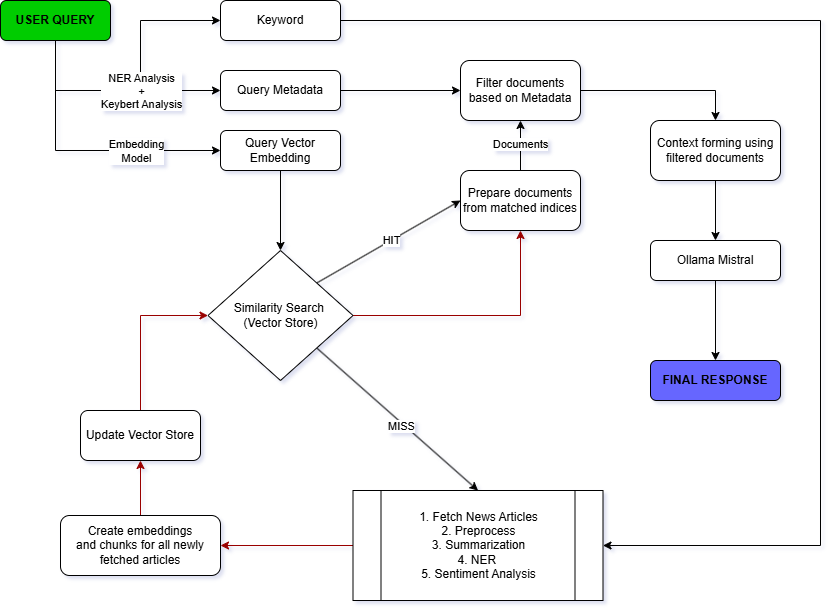
Above: assets/architecture.png in gaurav-S8/newspulse-rag (draw.io), before the change. Source tidied: cells renumbered, new cells last; positions are measured from the earlier drawing's top-left corner, leaving out a move shared by most shapes.
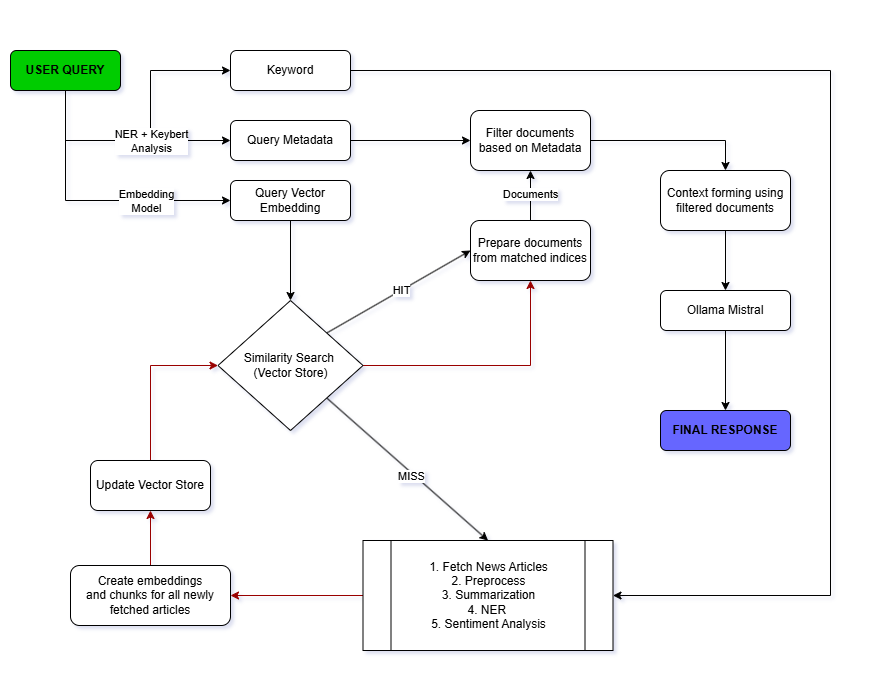
After the change.

Commit message:
New flow diagram

Diff of the diagram source:
```diff
@@ -2,6 +2,9 @@
   <root>
     <mxCell id="0" />
     <mxCell id="1" parent="0" />
+    <mxCell id="36" style="rounded=0;whiteSpace=wrap;html=1;fillColor=light-dark(#FFFFFF,#FFFFFF);opacity=0;strokeColor=light-dark(#000000,#000000);" parent="1" vertex="1">
+      <mxGeometry x="-10" y="-50" width="880" height="680" as="geometry" />
+    </mxCell>
     <mxCell id="2" style="edgeStyle=orthogonalEdgeStyle;rounded=0;jettySize=auto;html=1;exitX=0.5;exitY=1;exitDx=0;exitDy=0;fontColor=light-dark(#000000,#000000);strokeColor=light-dark(#000000,#000000);" parent="1" edge="1" source="7">
       <mxGeometry relative="1" as="geometry">
         <mxPoint x="220" y="20" as="targetPoint" />
@@ -19,7 +22,7 @@
         </Array>
       </mxGeometry>
     </mxCell>
-    <mxCell id="4" value="NER Analysis&lt;div&gt;+&lt;/div&gt;&lt;div&gt;Keybert Analysis&lt;/div&gt;" style="edgeLabel;html=1;align=center;verticalAlign=middle;fontColor=light-dark(#000000,#000000);labelBackgroundColor=light-dark(#FFFFFF,#FFFFFF);" parent="3" vertex="1">
+    <mxCell id="4" value="NER + Keybert&lt;div&gt;Analysis&lt;/div&gt;" style="edgeLabel;html=1;align=center;verticalAlign=middle;fontColor=light-dark(#000000,#000000);labelBackgroundColor=light-dark(#FFFFFF,#FFFFFF);" parent="3" vertex="1">
       <mxGeometry x="0.31" y="1" relative="1" as="geometry">
         <mxPoint x="-6" y="1" as="offset" />
       </mxGeometry>
```
